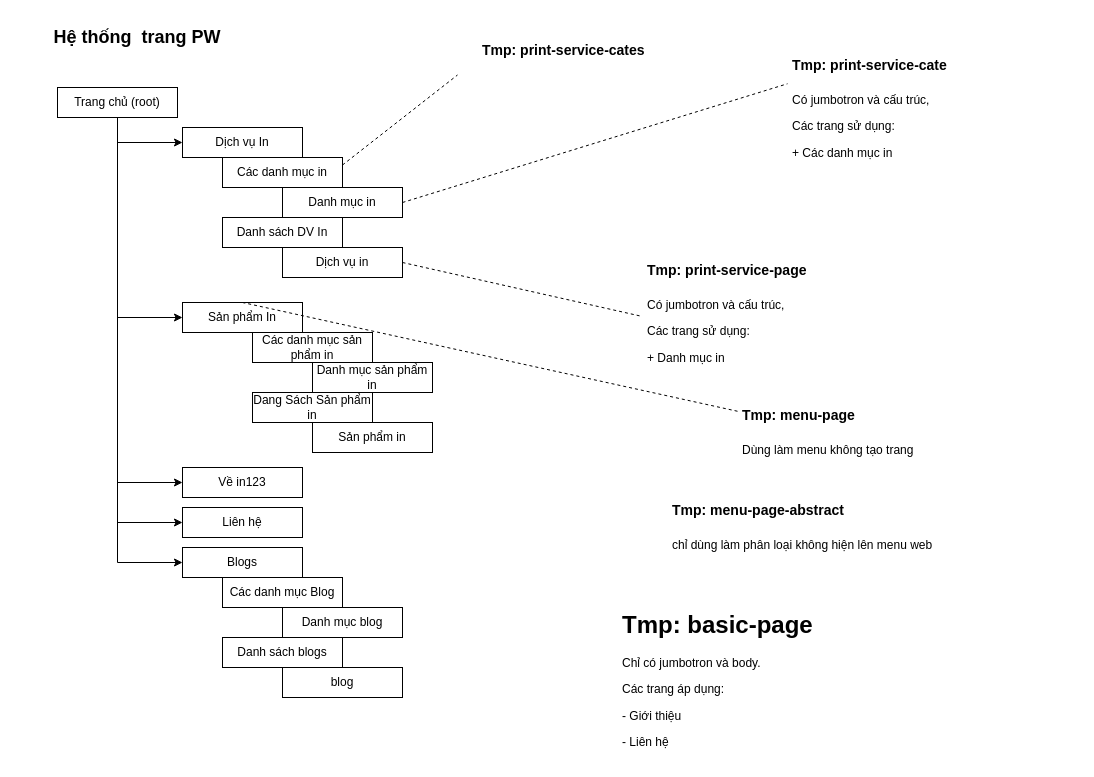
Earlier version of the draw.io diagram page "CP: tree - template" (2 of 7) of in123.vn/LayOut_in123.drawio (DzungHg/PHPProjects). Source tidied: cells renumbered, new cells numbered last; positions are measured from the earlier drawing's top-left corner, leaving out a move shared by most shapes. Both pictures are drawn from the tidied source at 100%, with x=0, y=0 at pixel (17, 27).
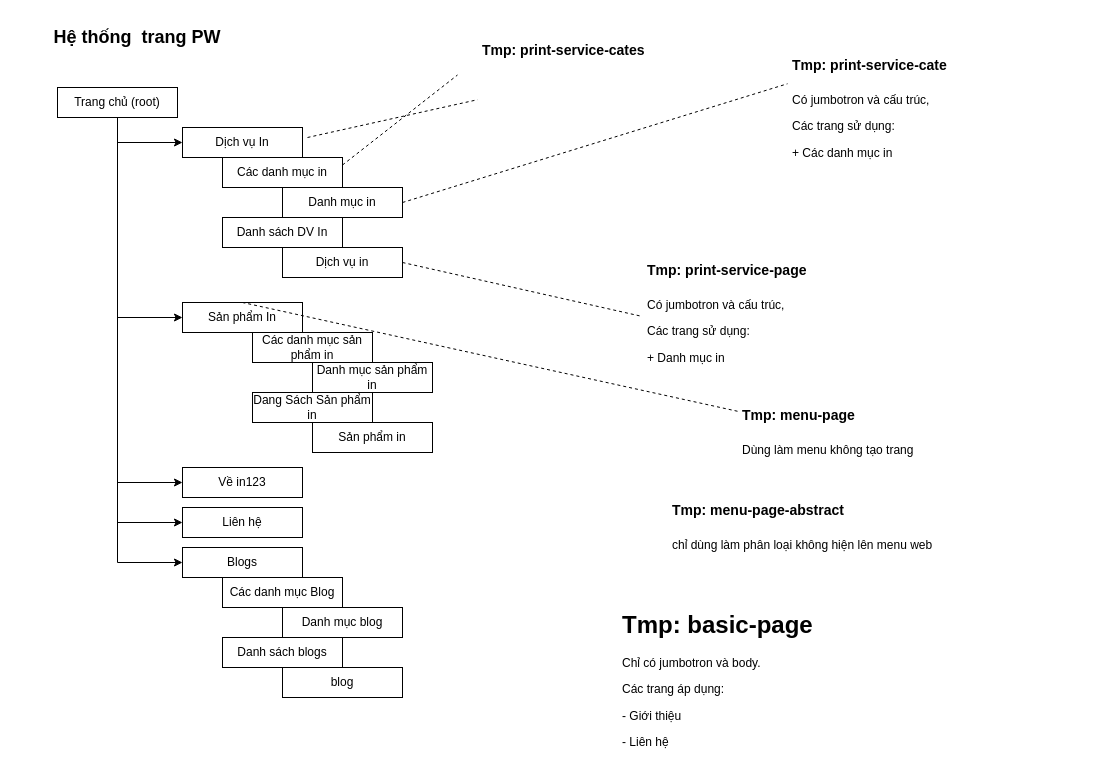
The same diagram, later.

Unchanged cells that the change refers to:
```xml
<mxCell id="34" value="&lt;h1&gt;&lt;font style=&quot;font-size: 14px&quot;&gt;Tmp: print-service-cates&lt;/font&gt;&lt;/h1&gt;" style="text;html=1;strokeColor=none;fillColor=none;spacing=5;spacingTop=-20;whiteSpace=wrap;overflow=hidden;rounded=0;" parent="1" vertex="1">
  <mxGeometry x="460" width="290" height="80" as="geometry" />
</mxCell>
```

The edit, as a diff of the source:
```diff
@@
+    <mxCell id="36" style="endArrow=none;dashed=1;html=1;" parent="1" edge="1" target="34">
+      <mxGeometry relative="1" as="geometry">
+        <mxPoint x="290" y="110" as="sourcePoint" />
+      </mxGeometry>
+    </mxCell>
```
